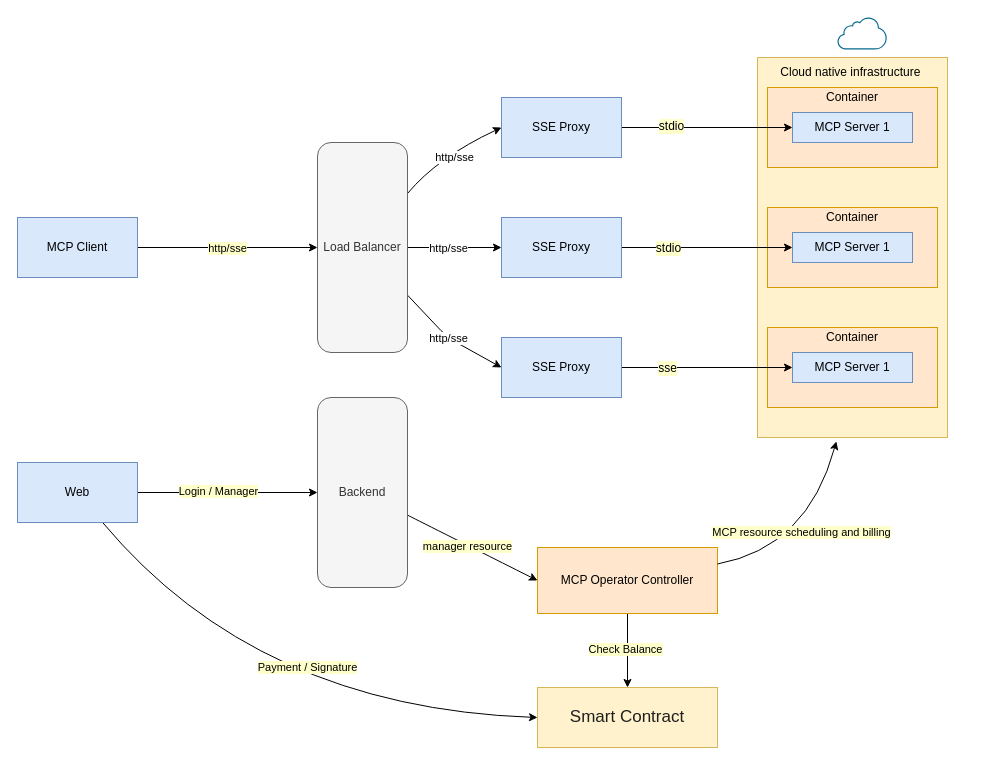
Above: docs/arch.drawio in YoubetDao/MCPForge-Backend (draw.io), before the change. Source tidied: cells renumbered, new cells numbered last; positions are measured from the earlier drawing's top-left corner, leaving out a move shared by most shapes. Both pictures are drawn from the tidied source at 100%, with x=0, y=0 at pixel (17, 17).
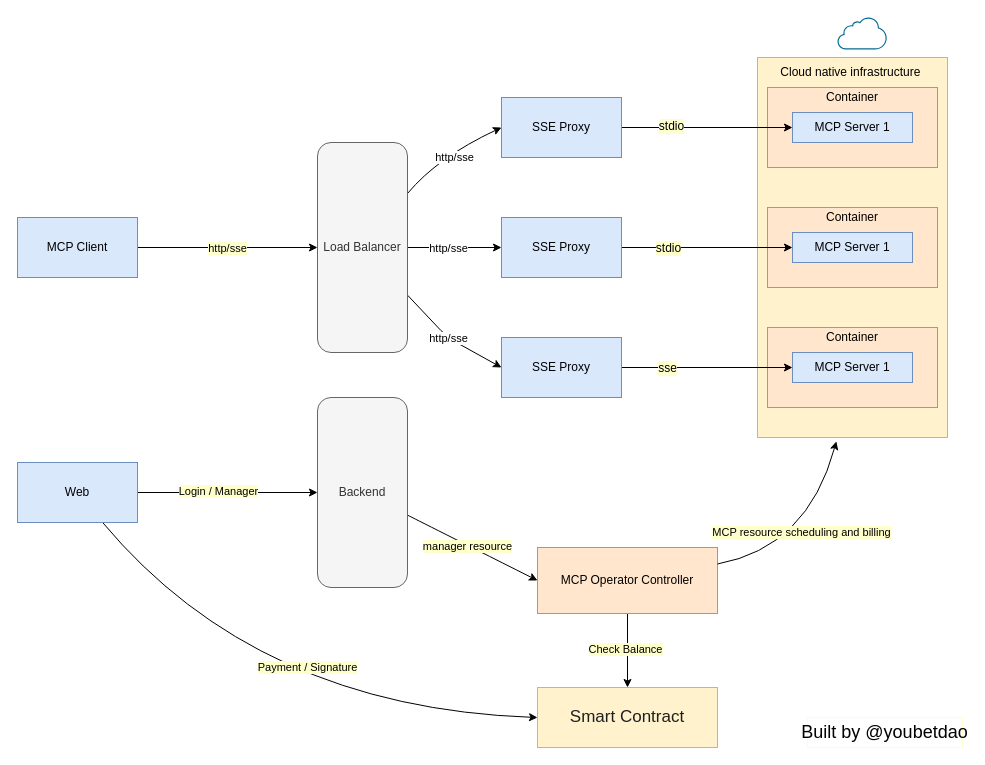
The same diagram, later.

Commit message (it also covers changes not shown here):
chore: update architecture diagram files

- Increased the dimensions of the architecture diagram in the drawio file for better visibility.
- Added a new text element in the diagram indicating "Built by @youbetdao".
- Updated the SVG file to reflect the changes made in the drawio diagram.

Change to the diagram source:
```diff
@@
+    <mxCell id="47" value="&lt;div&gt;&lt;span style=&quot;white-space: pre;&quot; class=&quot;text-only&quot;&gt;&lt;font style=&quot;font-size: 18px;&quot;&gt;Built by @youbetdao&lt;/font&gt;&lt;/span&gt;&lt;/div&gt;" style="text;html=1;align=center;verticalAlign=middle;whiteSpace=wrap;rounded=0;strokeColor=#FFFFCC;" parent="1" vertex="1">
+      <mxGeometry x="790" y="700" width="155" height="30" as="geometry" />
+    </mxCell>
```
